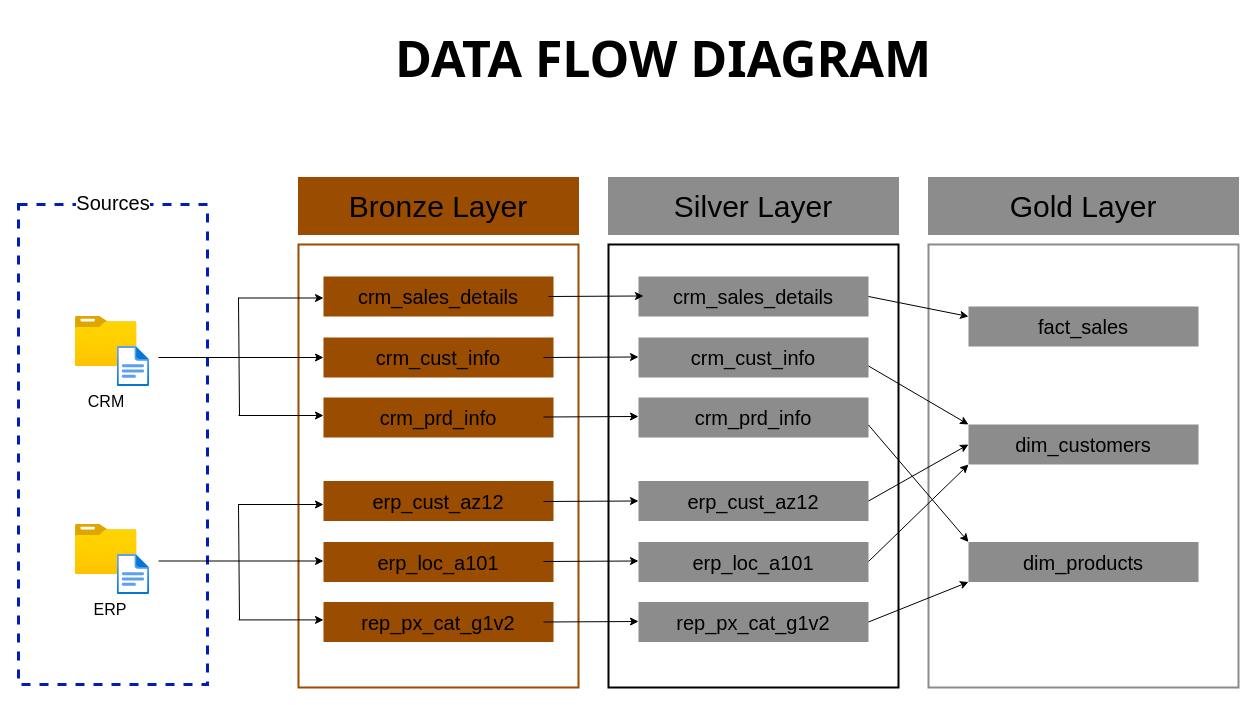
The draw.io diagram page "Data Flow Model" (2 of 4) of docs/Project Architecture.drawio in AduetDabral1/SQL_DataWarehouse_Analytics_Project, before the edit. Source tidied: cells renumbered, new cells numbered last; positions are measured from the earlier drawing's top-left corner, leaving out a move shared by most shapes. Both pictures are drawn from the tidied source at 100%, with x=0, y=0 at pixel (18, 17).
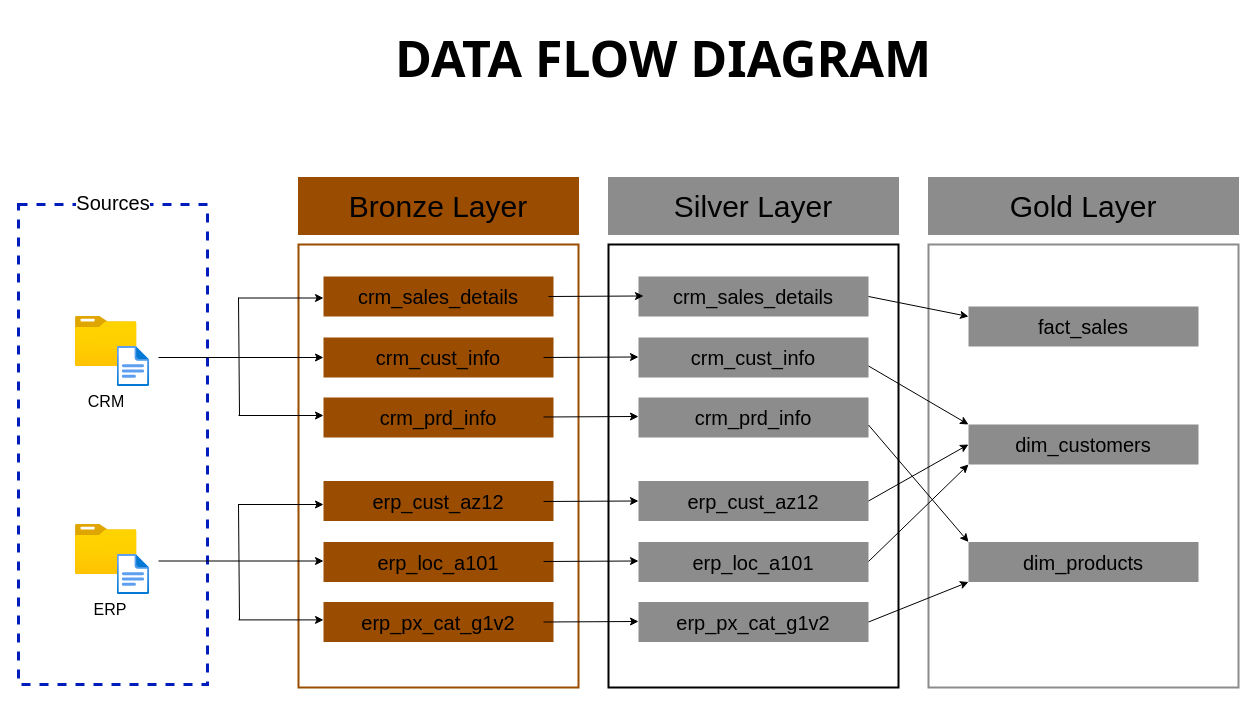
After the change.

The edit, as a diff of the source:
```diff
@@
-    <mxCell id="22" value="&lt;font style=&quot;font-size: 20px;&quot;&gt;rep_px_cat_g1v2&lt;/font&gt;" style="rounded=0;whiteSpace=wrap;html=1;fontSize=16;fillColor=#9A4C00;strokeColor=none;fontColor=#000000;" parent="1" vertex="1">
+    <mxCell id="22" value="&lt;font style=&quot;font-size: 20px;&quot;&gt;erp_px_cat_g1v2&lt;/font&gt;" style="rounded=0;whiteSpace=wrap;html=1;fontSize=16;fillColor=#9A4C00;strokeColor=none;fontColor=#000000;" parent="1" vertex="1">
       <mxGeometry x="305" y="584.5" width="230" height="40" as="geometry" />
     </mxCell>
@@
-    <mxCell id="28" value="&lt;font style=&quot;font-size: 20px;&quot;&gt;rep_px_cat_g1v2&lt;/font&gt;" style="rounded=0;whiteSpace=wrap;html=1;fontSize=16;fillColor=#8C8C8C;strokeColor=none;fontColor=#000000;" parent="1" vertex="1">
+    <mxCell id="28" value="&lt;font style=&quot;font-size: 20px;&quot;&gt;erp_px_cat_g1v2&lt;/font&gt;" style="rounded=0;whiteSpace=wrap;html=1;fontSize=16;fillColor=#8C8C8C;strokeColor=none;fontColor=#000000;" parent="1" vertex="1">
       <mxGeometry x="620" y="584.5" width="230" height="40" as="geometry" />
     </mxCell>
```
